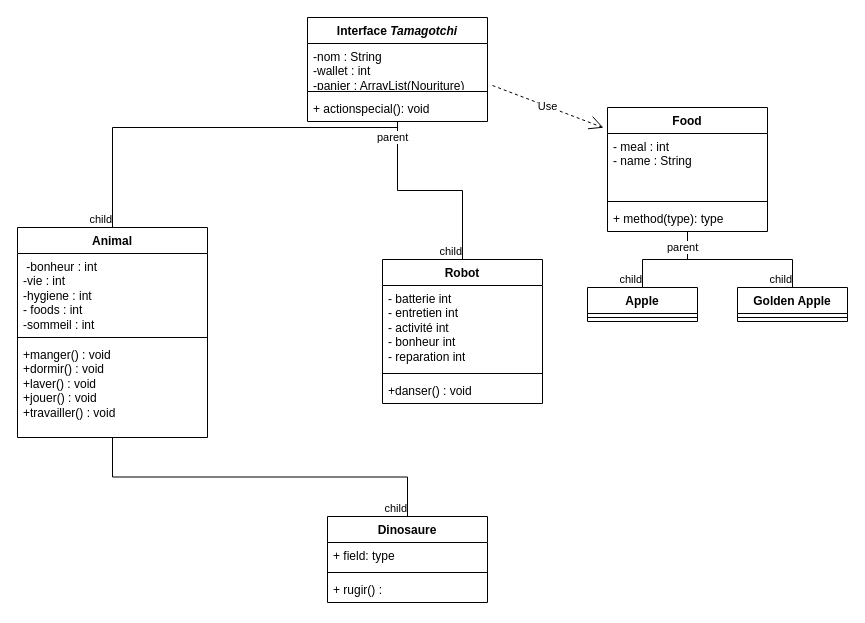
This is page "Page-2" (2 of 2) of Diagram.drawio from BMaurice56/Tamagotchi, a draw.io file, before an edit. Source tidied: cells renumbered, new cells numbered last; positions are measured from the earlier drawing's top-left corner, leaving out a move shared by most shapes. Both pictures are drawn from the tidied source at 100%, with x=0, y=0 at pixel (17, 17).
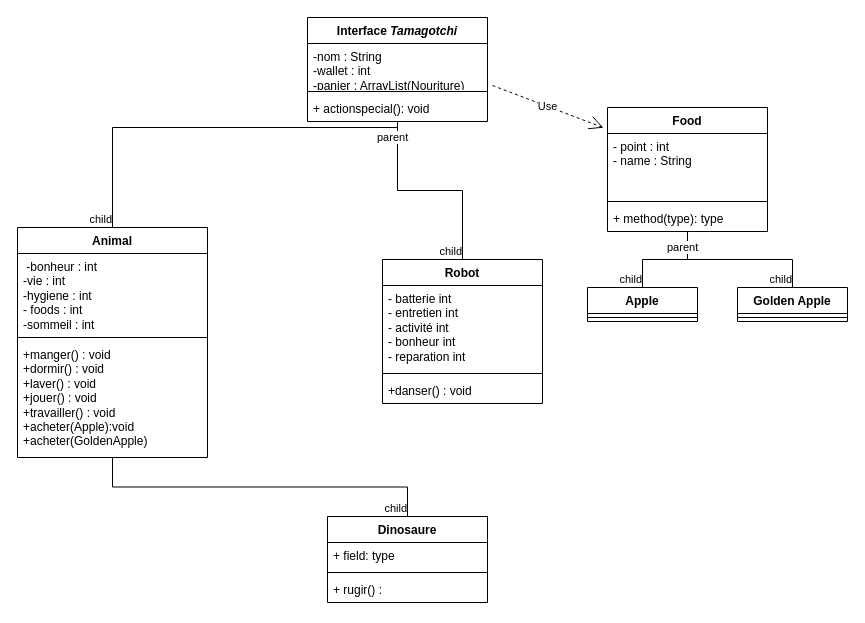
The same diagram, later.

Commit message:
Mettre à jour Diagram.drawio

Unchanged cells that the change refers to:
```xml
<mxCell id="25" value="Food" style="swimlane;fontStyle=1;align=center;verticalAlign=top;horizontal=1;startSize=26;whiteSpace=wrap;html=1;" parent="1" vertex="1">
  <mxGeometry x="590" y="90" width="160" height="124" as="geometry" />
</mxCell>
```

What changed in the source:
```diff
@@
     <mxCell id="14" value="Animal" style="swimlane;fontStyle=1;align=center;verticalAlign=top;horizontal=1;startSize=26;whiteSpace=wrap;html=1;" parent="1" vertex="1">
-      <mxGeometry y="210" width="190" height="210" as="geometry" />
+      <mxGeometry y="210" width="190" height="230" as="geometry" />
     </mxCell>
@@
-    <mxCell id="17" value="&lt;div&gt;+manger() : void&lt;/div&gt;&lt;div&gt;+dormir() : void&lt;/div&gt;&lt;div&gt;+laver() : void&lt;/div&gt;&lt;div&gt;+jouer() : void&lt;/div&gt;&lt;div&gt;+travailler() : void&lt;br&gt;&lt;/div&gt;" style="text;strokeColor=none;fillColor=none;align=left;verticalAlign=top;spacingLeft=4;spacingRight=4;overflow=hidden;whiteSpace=wrap;html=1;" parent="14" vertex="1">
-      <mxGeometry y="114" width="190" height="96" as="geometry" />
+    <mxCell id="17" value="&lt;div&gt;+manger() : void&lt;/div&gt;&lt;div&gt;+dormir() : void&lt;/div&gt;&lt;div&gt;+laver() : void&lt;/div&gt;&lt;div&gt;+jouer() : void&lt;/div&gt;&lt;div&gt;+travailler() : void&lt;br&gt;&lt;/div&gt;&lt;div&gt;+acheter(Apple):void&lt;/div&gt;&lt;div&gt;+acheter(GoldenApple)&lt;br&gt;&lt;/div&gt;" style="text;strokeColor=none;fillColor=none;align=left;verticalAlign=top;spacingLeft=4;spacingRight=4;overflow=hidden;whiteSpace=wrap;html=1;" parent="14" vertex="1">
+      <mxGeometry y="114" width="190" height="116" as="geometry" />
     </mxCell>
@@
-    <mxCell id="26" value="&lt;div&gt;- meal : int&lt;/div&gt;&lt;div&gt;- name : String&lt;br&gt;&lt;/div&gt;" style="text;strokeColor=none;fillColor=none;align=left;verticalAlign=top;spacingLeft=4;spacingRight=4;overflow=hidden;whiteSpace=wrap;html=1;" parent="25" vertex="1">
+    <mxCell id="26" value="&lt;div&gt;- point : int&lt;/div&gt;&lt;div&gt;- name : String&lt;br&gt;&lt;/div&gt;" style="text;strokeColor=none;fillColor=none;align=left;verticalAlign=top;spacingLeft=4;spacingRight=4;overflow=hidden;whiteSpace=wrap;html=1;" parent="25" vertex="1">
       <mxGeometry y="26" width="160" height="64" as="geometry" />
     </mxCell>
```
